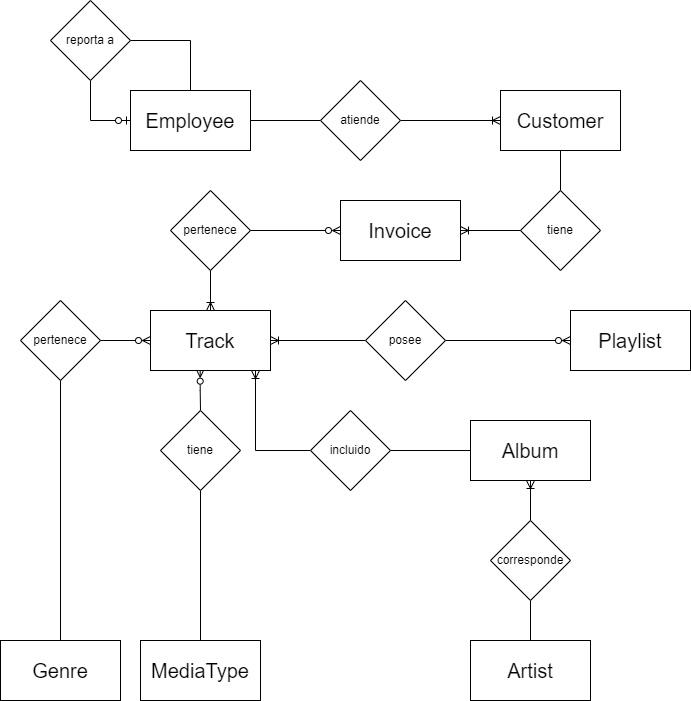
Nefertumm/TP_DB_2023 keeps this draw.io diagram as DER_chinook.png. Above is the earlier version. Source tidied: cells renumbered, new cells last; positions are measured from the earlier drawing's top-left corner, leaving out a move shared by most shapes.
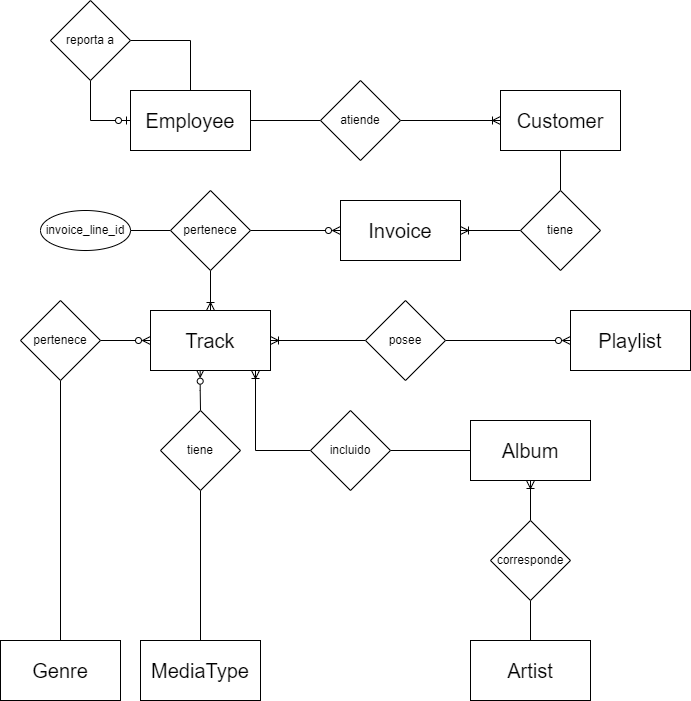
After the commit.

Commit message:
der modificado

Change to the diagram source:
```diff
@@ -77,6 +77,9 @@
     <mxCell id="26" style="edgeStyle=orthogonalEdgeStyle;rounded=0;jettySize=auto;html=1;entryX=0.5;entryY=0;entryDx=0;entryDy=0;endArrow=ERoneToMany;endFill=0;exitX=0.5;exitY=1;exitDx=0;exitDy=0;" parent="1" edge="1" source="27" target="14">
       <mxGeometry relative="1" as="geometry" />
     </mxCell>
+    <mxCell id="38" style="edgeStyle=orthogonalEdgeStyle;rounded=0;jettySize=auto;html=1;exitX=0;exitY=0.5;exitDx=0;exitDy=0;endArrow=none;endFill=0;" parent="1" edge="1" source="27" target="39">
+      <mxGeometry relative="1" as="geometry" />
+    </mxCell>
     <mxCell id="27" value="pertenece" style="rhombus;whiteSpace=wrap;html=1;rounded=0;" parent="1" vertex="1">
       <mxGeometry x="170" y="190" width="80" height="80" as="geometry" />
     </mxCell>
@@ -110,5 +113,8 @@
     <mxCell id="37" value="corresponde" style="rhombus;whiteSpace=wrap;html=1;fontSize=12;rounded=0;" parent="1" vertex="1">
       <mxGeometry x="490" y="520" width="80" height="80" as="geometry" />
     </mxCell>
+    <mxCell id="39" value="invoice_line_id" style="ellipse;whiteSpace=wrap;html=1;" parent="1" vertex="1">
+      <mxGeometry x="40" y="210" width="90" height="40" as="geometry" />
+    </mxCell>
   </root>
 </mxGraphModel>
```
